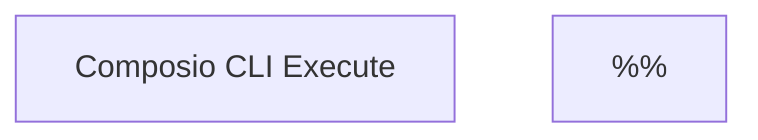
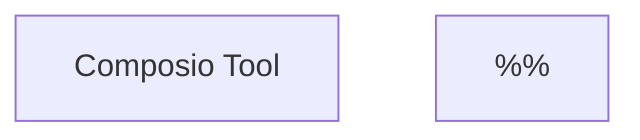
graph TD
-     EXECUTE[Composio CLI Execute]
+     EXECUTE[Composio Tool]

-     %% Phase-1 prototype, CLI variant: call a Composio tool through the
-     %% `composio` CLI via psflow's stateless `shell` handler. No API key and no
-     %% user_id in the graph — `composio login` established the auth on this
-     %% machine, and `composio execute` uses that logged-in context. Because
-     %% `shell` is a default handler, this runs on the stock `psflow` binary:
+     %% Phase-1, native handler: execute a Composio tool via the `composio`
+     %% handler, which wraps the `composio` CLI and returns the parsed response
+     %% envelope as structured outputs (successful / data / error / log_id) — no
+     %% shelling out, no JSON string-parsing downstream. Auth comes from
+     %% `composio login`, so there is no api key and no user_id in the graph.
+     %% `composio` is a stateless default handler, so this runs on the stock
+     %% psflow binary (requires `composio` on PATH):
    %%
    %%   cargo run --bin psflow --features runtime -- examples/composio_cli_execute.mmd
    %%
-     %% Requires `composio` on PATH (installed at ~/.composio/composio).
-     %%
-     %% Brace note: psflow's template resolver treats `{...}` as interpolation;
-     %% `{{}}` escapes to the literal `{}` empty-arguments JSON the CLI wants.
+     %% Outputs surface via --json, or thread `data` into a downstream node.

-     %% @graph name: composio-cli-probe
-     %% @graph description: Execute a Composio tool via the composio CLI through the shell handler
+     %% @graph name: composio-native-probe
+     %% @graph description: Execute a Composio tool via the native composio handler

-     %% TODO: swap the slug for any read-only tool whose toolkit you've linked.
-     %% @EXECUTE handler: shell
-     %% @EXECUTE config.command: composio
-     %% @EXECUTE config.args: ["execute", "GOOGLESHEETS_SEARCH_SPREADSHEETS", "-d", "{{}}"]
-     %% @EXECUTE outputs.stdout: "String"
-     %% @EXECUTE outputs.exit_code: "I64"
+     %% TODO: swap the slug + arguments for any tool whose toolkit you've linked.
+     %% String leaves of `arguments` are template-resolved (e.g. "{inputs.id}").
+     %% @EXECUTE handler: composio
+     %% @EXECUTE config.tool: GOOGLESHEETS_SEARCH_SPREADSHEETS
+     %% @EXECUTE config.arguments: {}
